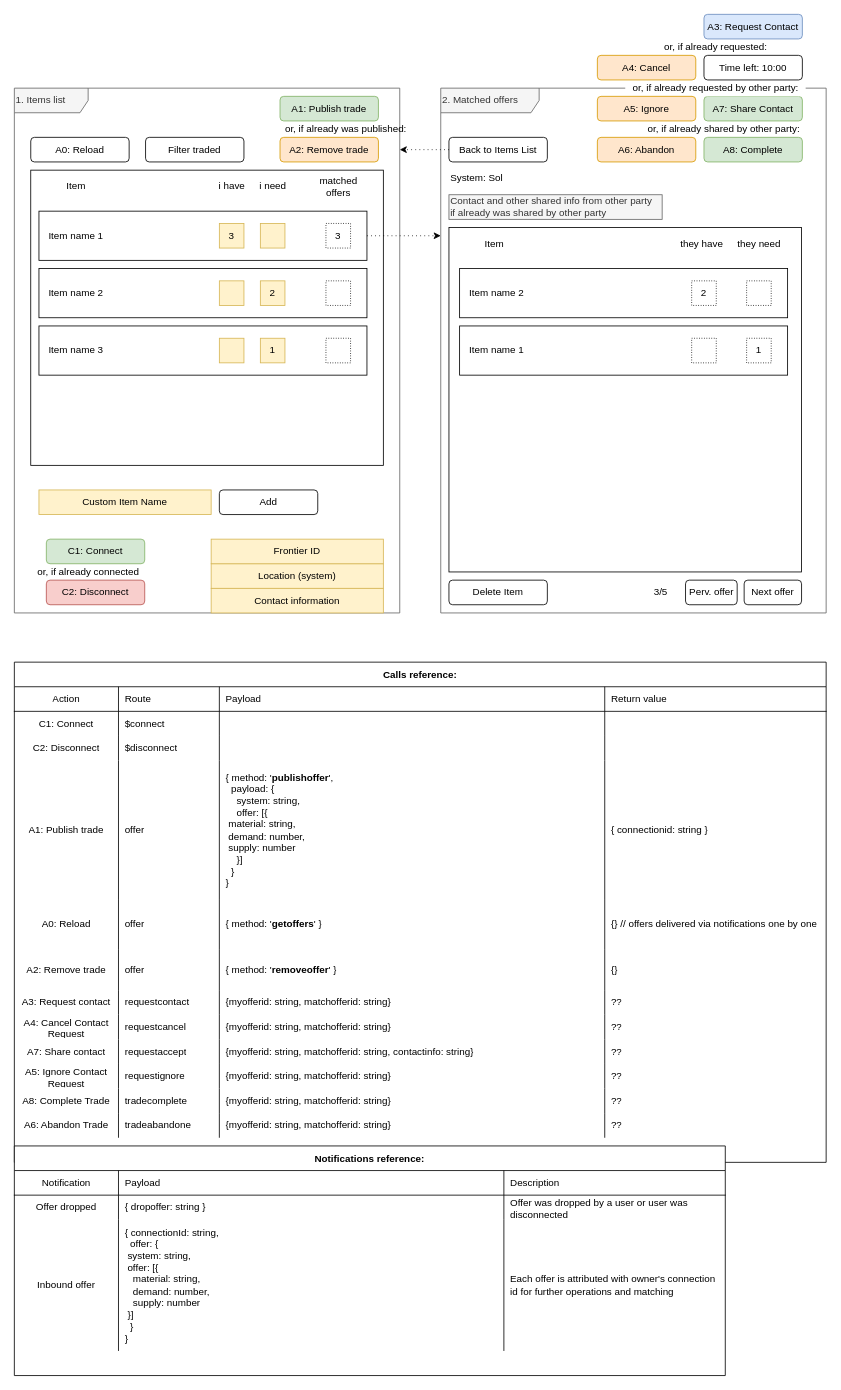
Earlier version of the draw.io diagram page "Reference UI" (1 of 6) of specs/Overview.drawio (cptn-solo/edmarketplace). Source tidied: cells renumbered, new cells numbered last; positions are measured from the earlier drawing's top-left corner, leaving out a move shared by most shapes. Both pictures are drawn from the tidied source at 82%, with x=0, y=0 at pixel (14, 14).
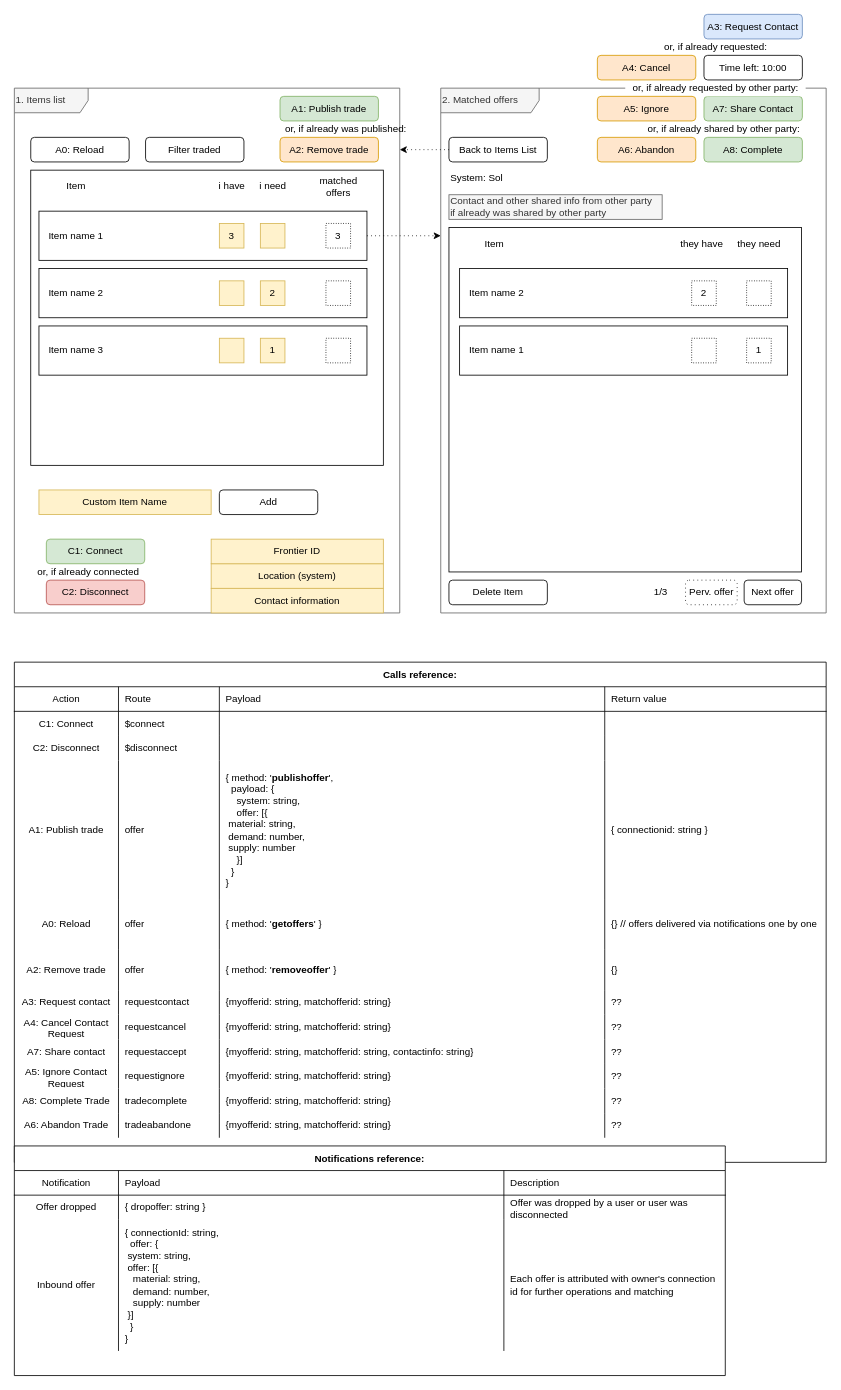
After the change.

Commit message:
#2 Data model

What changed in the source:
```diff
@@
-    <mxCell id="42" value="3/5" style="text;html=1;align=center;verticalAlign=middle;strokeColor=none;" parent="1" vertex="1">
+    <mxCell id="42" value="1/3" style="text;html=1;align=center;verticalAlign=middle;strokeColor=none;" parent="1" vertex="1">
       <mxGeometry x="773" y="695" width="30" height="20" as="geometry" />
     </mxCell>
@@
-    <mxCell id="60" value="Perv. offer" style="rounded=1;whiteSpace=wrap;html=1;align=center;" parent="1" vertex="1">
+    <mxCell id="60" value="Perv. offer" style="rounded=1;whiteSpace=wrap;html=1;align=center;dashed=1;dashPattern=1 4;" parent="1" vertex="1">
       <mxGeometry x="818.5" y="690" width="63" height="30" as="geometry" />
     </mxCell>
```
